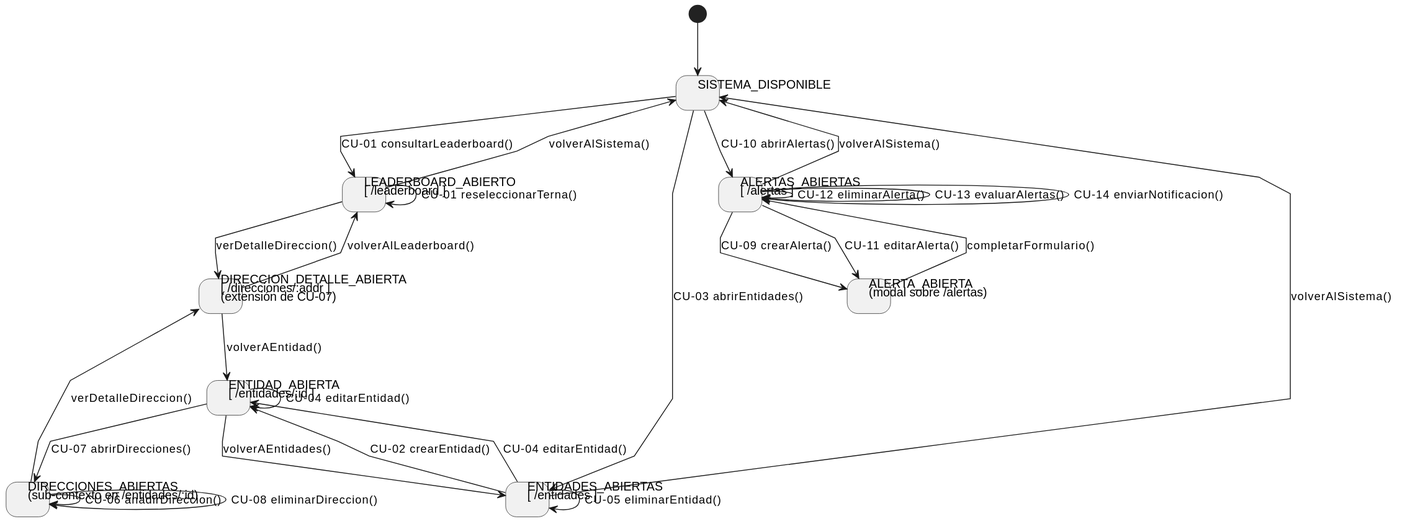
Above: imagenes/capitulosFinales/navegacion.svg in nekiiiiis/tfg (PlantUML), before the change. Source of this version:
```plantuml
@startuml
skinparam linetype polyline
hide empty description

[*] --> SISTEMA_DISPONIBLE

state SISTEMA_DISPONIBLE
state "LEADERBOARD_ABIERTO\n[ /leaderboard ]" as LEADERBOARD_ABIERTO
state "ENTIDADES_ABIERTAS\n[ /entidades ]" as ENTIDADES_ABIERTAS
state "ENTIDAD_ABIERTA\n[ /entidades/:id ]" as ENTIDAD_ABIERTA
state "DIRECCIONES_ABIERTAS\n(sub-contexto en /entidades/:id)" as DIRECCIONES_ABIERTAS
state "DIRECCION_DETALLE_ABIERTA\n[ /direcciones/:addr ]\n(extensión de CU-07)" as DIRECCION_DETALLE_ABIERTA
state "ALERTAS_ABIERTAS\n[ /alertas ]" as ALERTAS_ABIERTAS
state "ALERTA_ABIERTA\n(modal sobre /alertas)" as ALERTA_ABIERTA

SISTEMA_DISPONIBLE --> LEADERBOARD_ABIERTO : CU-01 consultarLeaderboard()
SISTEMA_DISPONIBLE --> ENTIDADES_ABIERTAS  : CU-03 abrirEntidades()
SISTEMA_DISPONIBLE --> ALERTAS_ABIERTAS    : CU-10 abrirAlertas()

LEADERBOARD_ABIERTO --> SISTEMA_DISPONIBLE : volverAlSistema()
ENTIDADES_ABIERTAS  --> SISTEMA_DISPONIBLE : volverAlSistema()
ALERTAS_ABIERTAS    --> SISTEMA_DISPONIBLE : volverAlSistema()

LEADERBOARD_ABIERTO --> LEADERBOARD_ABIERTO : CU-01 reseleccionarTerna()

ENTIDADES_ABIERTAS --> ENTIDAD_ABIERTA      : CU-02 crearEntidad()
ENTIDADES_ABIERTAS --> ENTIDAD_ABIERTA      : CU-04 editarEntidad()
ENTIDADES_ABIERTAS --> ENTIDADES_ABIERTAS   : CU-05 eliminarEntidad()

ENTIDAD_ABIERTA    --> ENTIDADES_ABIERTAS   : volverAEntidades()
ENTIDAD_ABIERTA    --> ENTIDAD_ABIERTA      : CU-04 editarEntidad()
ENTIDAD_ABIERTA    --> DIRECCIONES_ABIERTAS : CU-07 abrirDirecciones()

DIRECCIONES_ABIERTAS --> DIRECCIONES_ABIERTAS : CU-06 anadirDireccion()
DIRECCIONES_ABIERTAS --> DIRECCIONES_ABIERTAS : CU-08 eliminarDireccion()

LEADERBOARD_ABIERTO  --> DIRECCION_DETALLE_ABIERTA : verDetalleDireccion()
DIRECCIONES_ABIERTAS --> DIRECCION_DETALLE_ABIERTA : verDetalleDireccion()
DIRECCION_DETALLE_ABIERTA --> LEADERBOARD_ABIERTO  : volverAlLeaderboard()
DIRECCION_DETALLE_ABIERTA --> ENTIDAD_ABIERTA      : volverAEntidad()

ALERTAS_ABIERTAS --> ALERTA_ABIERTA    : CU-09 crearAlerta()
ALERTAS_ABIERTAS --> ALERTA_ABIERTA    : CU-11 editarAlerta()
ALERTAS_ABIERTAS --> ALERTAS_ABIERTAS  : CU-12 eliminarAlerta()

ALERTA_ABIERTA   --> ALERTAS_ABIERTAS  : completarFormulario()

ALERTAS_ABIERTAS --> ALERTAS_ABIERTAS  : CU-13 evaluarAlertas()
ALERTAS_ABIERTAS --> ALERTAS_ABIERTAS  : CU-14 enviarNotificacion()
@enduml
```
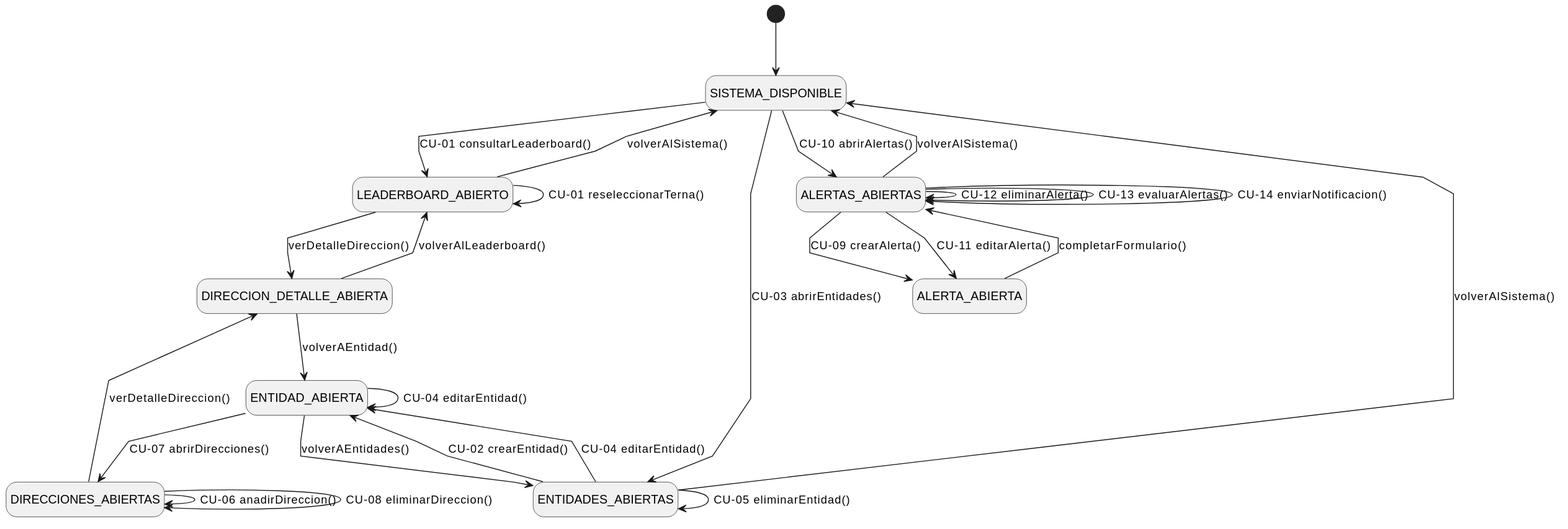
Above is the later version.

The edit, as a diff of the source:
```diff
@@ -1,17 +1,18 @@
 @startuml
 skinparam linetype polyline
+skinparam shadowing false
 hide empty description
 
 [*] --> SISTEMA_DISPONIBLE
 
 state SISTEMA_DISPONIBLE
-state "LEADERBOARD_ABIERTO\n[ /leaderboard ]" as LEADERBOARD_ABIERTO
-state "ENTIDADES_ABIERTAS\n[ /entidades ]" as ENTIDADES_ABIERTAS
-state "ENTIDAD_ABIERTA\n[ /entidades/:id ]" as ENTIDAD_ABIERTA
-state "DIRECCIONES_ABIERTAS\n(sub-contexto en /entidades/:id)" as DIRECCIONES_ABIERTAS
-state "DIRECCION_DETALLE_ABIERTA\n[ /direcciones/:addr ]\n(extensión de CU-07)" as DIRECCION_DETALLE_ABIERTA
-state "ALERTAS_ABIERTAS\n[ /alertas ]" as ALERTAS_ABIERTAS
-state "ALERTA_ABIERTA\n(modal sobre /alertas)" as ALERTA_ABIERTA
+state LEADERBOARD_ABIERTO
+state ENTIDADES_ABIERTAS
+state ENTIDAD_ABIERTA
+state DIRECCIONES_ABIERTAS
+state DIRECCION_DETALLE_ABIERTA
+state ALERTAS_ABIERTAS
+state ALERTA_ABIERTA
 
 SISTEMA_DISPONIBLE --> LEADERBOARD_ABIERTO : CU-01 consultarLeaderboard()
 SISTEMA_DISPONIBLE --> ENTIDADES_ABIERTAS  : CU-03 abrirEntidades()
@@ -27,24 +28,24 @@
 ENTIDADES_ABIERTAS --> ENTIDAD_ABIERTA      : CU-04 editarEntidad()
 ENTIDADES_ABIERTAS --> ENTIDADES_ABIERTAS   : CU-05 eliminarEntidad()
 
-ENTIDAD_ABIERTA    --> ENTIDADES_ABIERTAS   : volverAEntidades()
-ENTIDAD_ABIERTA    --> ENTIDAD_ABIERTA      : CU-04 editarEntidad()
-ENTIDAD_ABIERTA    --> DIRECCIONES_ABIERTAS : CU-07 abrirDirecciones()
+ENTIDAD_ABIERTA --> ENTIDADES_ABIERTAS   : volverAEntidades()
+ENTIDAD_ABIERTA --> ENTIDAD_ABIERTA      : CU-04 editarEntidad()
+ENTIDAD_ABIERTA --> DIRECCIONES_ABIERTAS : CU-07 abrirDirecciones()
 
 DIRECCIONES_ABIERTAS --> DIRECCIONES_ABIERTAS : CU-06 anadirDireccion()
 DIRECCIONES_ABIERTAS --> DIRECCIONES_ABIERTAS : CU-08 eliminarDireccion()
 
-LEADERBOARD_ABIERTO  --> DIRECCION_DETALLE_ABIERTA : verDetalleDireccion()
-DIRECCIONES_ABIERTAS --> DIRECCION_DETALLE_ABIERTA : verDetalleDireccion()
-DIRECCION_DETALLE_ABIERTA --> LEADERBOARD_ABIERTO  : volverAlLeaderboard()
-DIRECCION_DETALLE_ABIERTA --> ENTIDAD_ABIERTA      : volverAEntidad()
+LEADERBOARD_ABIERTO       --> DIRECCION_DETALLE_ABIERTA : verDetalleDireccion()
+DIRECCIONES_ABIERTAS      --> DIRECCION_DETALLE_ABIERTA : verDetalleDireccion()
+DIRECCION_DETALLE_ABIERTA --> LEADERBOARD_ABIERTO       : volverAlLeaderboard()
+DIRECCION_DETALLE_ABIERTA --> ENTIDAD_ABIERTA           : volverAEntidad()
 
-ALERTAS_ABIERTAS --> ALERTA_ABIERTA    : CU-09 crearAlerta()
-ALERTAS_ABIERTAS --> ALERTA_ABIERTA    : CU-11 editarAlerta()
-ALERTAS_ABIERTAS --> ALERTAS_ABIERTAS  : CU-12 eliminarAlerta()
+ALERTAS_ABIERTAS --> ALERTA_ABIERTA   : CU-09 crearAlerta()
+ALERTAS_ABIERTAS --> ALERTA_ABIERTA   : CU-11 editarAlerta()
+ALERTAS_ABIERTAS --> ALERTAS_ABIERTAS : CU-12 eliminarAlerta()
 
-ALERTA_ABIERTA   --> ALERTAS_ABIERTAS  : completarFormulario()
+ALERTA_ABIERTA --> ALERTAS_ABIERTAS : completarFormulario()
 
-ALERTAS_ABIERTAS --> ALERTAS_ABIERTAS  : CU-13 evaluarAlertas()
-ALERTAS_ABIERTAS --> ALERTAS_ABIERTAS  : CU-14 enviarNotificacion()
+ALERTAS_ABIERTAS --> ALERTAS_ABIERTAS : CU-13 evaluarAlertas()
+ALERTAS_ABIERTAS --> ALERTAS_ABIERTAS : CU-14 enviarNotificacion()
 @enduml
```
